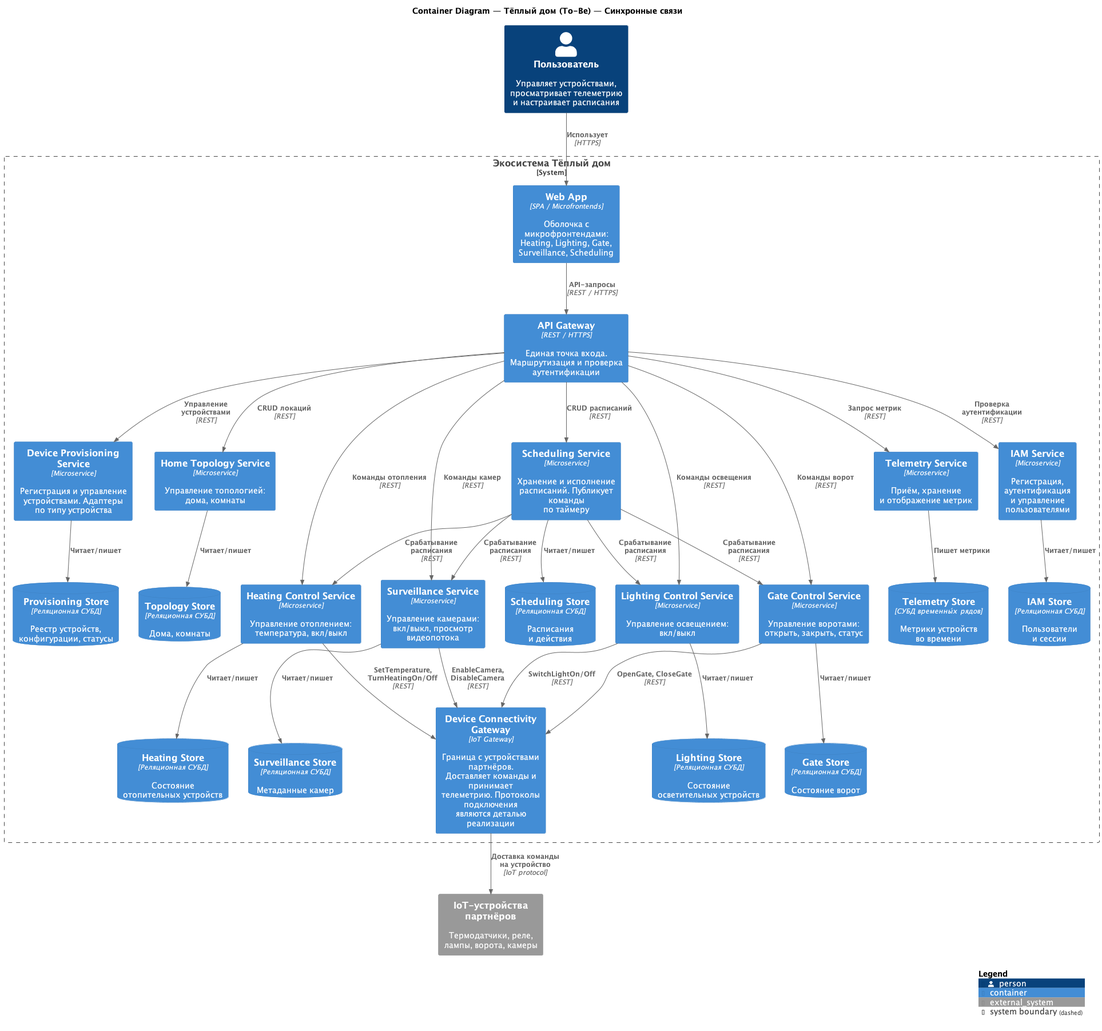
This is docs/diagrams/out/tobe_containers_sync.png from rbe1yaev/architecture-warmhouse, a PlantUML export, as it was before one commit.
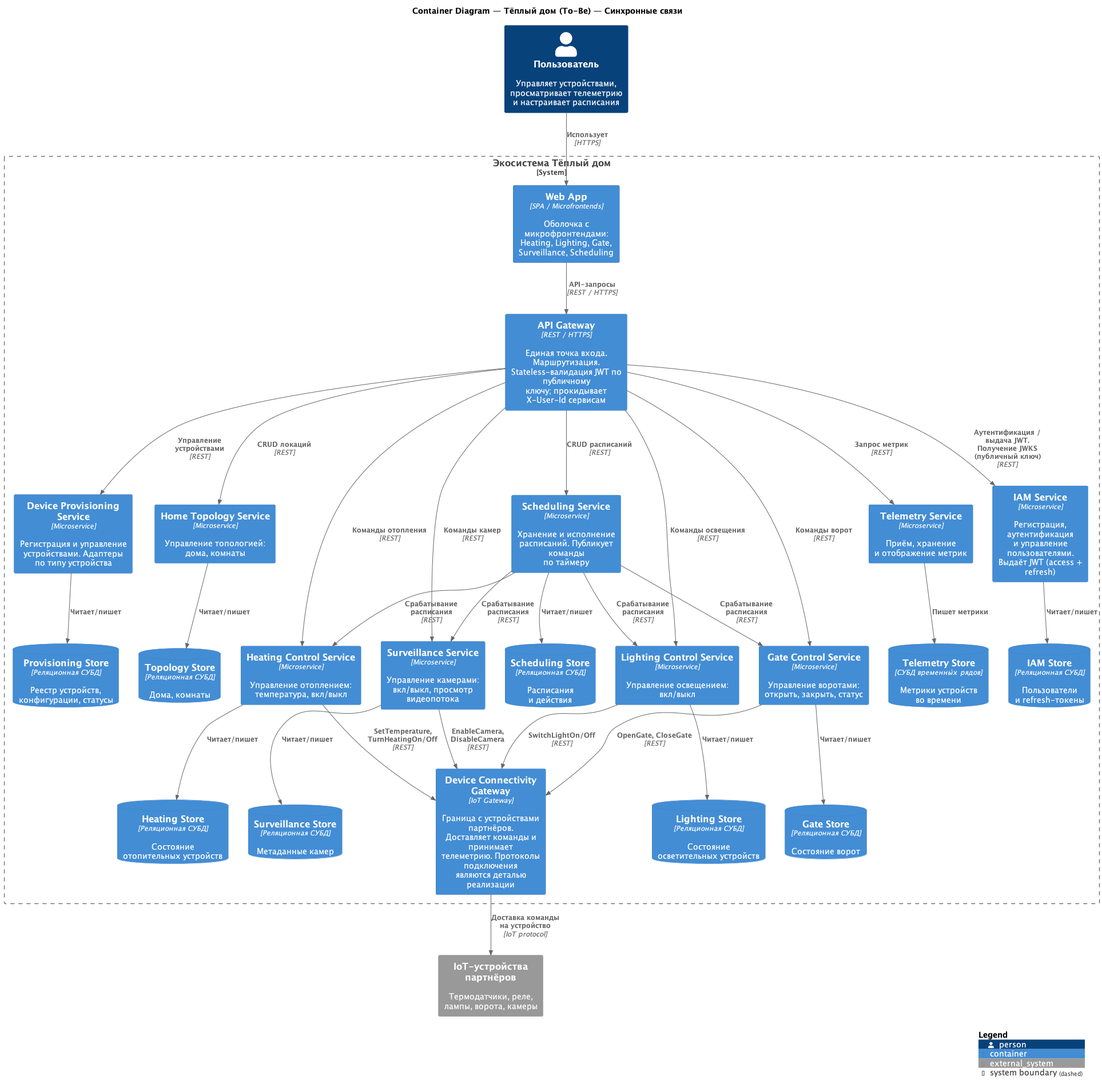
After the change.

Change to the diagram source:
```diff
@@ -9,7 +9,7 @@
 
     Container(webapp, "Web App", "SPA / Microfrontends", "Оболочка с микрофронтендами:\nHeating, Lighting, Gate,\nSurveillance, Scheduling")
 
-    Container(gateway, "API Gateway", "REST / HTTPS", "Единая точка входа.\nМаршрутизация и проверка\nаутентификации")
+    Container(gateway, "API Gateway", "REST / HTTPS", "Единая точка входа. Маршрутизация.\nStateless-валидация JWT по публичному\nключу; прокидывает X-User-Id сервисам")
 
     Container(connectivity, "Device Connectivity Gateway", "IoT Gateway", "Граница с устройствами партнёров.\nДоставляет команды и принимает\nтелеметрию. Протоколы подключения\nявляются деталью реализации")
 
@@ -37,8 +37,8 @@
     Container(scheduling, "Scheduling Service", "Microservice", "Хранение и исполнение\nрасписаний. Публикует команды\nпо таймеру")
     ContainerDb(scheduling_db, "Scheduling Store", "Реляционная СУБД", "Расписания\nи действия")
 
-    Container(iam, "IAM Service", "Microservice", "Регистрация, аутентификация\nи управление пользователями")
-    ContainerDb(iam_db, "IAM Store", "Реляционная СУБД", "Пользователи\nи сессии")
+    Container(iam, "IAM Service", "Microservice", "Регистрация, аутентификация\nи управление пользователями.\nВыдаёт JWT (access + refresh)")
+    ContainerDb(iam_db, "IAM Store", "Реляционная СУБД", "Пользователи\nи refresh-токены")
 }
 
 System_Ext(iot_devices, "IoT-устройства партнёров", "Термодатчики, реле,\nлампы, ворота, камеры")
@@ -46,7 +46,7 @@
 Rel(user, webapp, "Использует", "HTTPS")
 Rel(webapp, gateway, "API-запросы", "REST / HTTPS")
 
-Rel(gateway, iam, "Проверка аутентификации", "REST")
+Rel(gateway, iam, "Аутентификация / выдача JWT.\nПолучение JWKS (публичный ключ)", "REST")
 Rel(gateway, provisioning, "Управление устройствами", "REST")
 Rel(gateway, topology, "CRUD локаций", "REST")
 Rel(gateway, heating, "Команды отопления", "REST")
```
